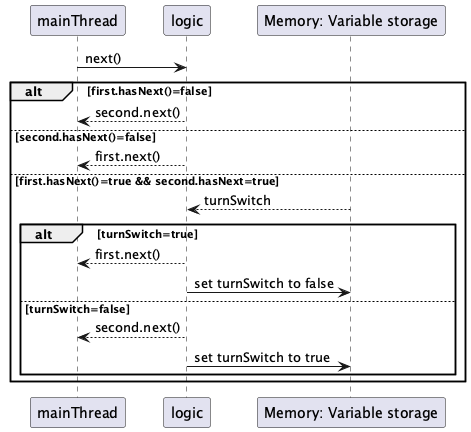
The PlantUML diagram assignments/theory/assignment_5/StringMergingIteratorSequenceDiagram.png in henrygraesberg/tdt4100, before a commit. Its diagram source:
```plantuml
@startuml StringMergingIteratorSequenceDiagram
participant mainThread
participant logic
participant memory as "Memory: Variable storage"

mainThread -> logic : next()

alt first.hasNext()=false
  logic --> mainThread : second.next()
else second.hasNext()=false
  logic --> mainThread : first.next()
else first.hasNext()=true && second.hasNext=true
  memory --> logic : turnSwitch
  alt turnSwitch=true
    logic --> mainThread : first.next()
    logic -> memory : set turnSwitch to false
  else turnSwitch=false
    logic --> mainThread : second.next()
    logic -> memory : set turnSwitch to true
  end
end
@enduml
```
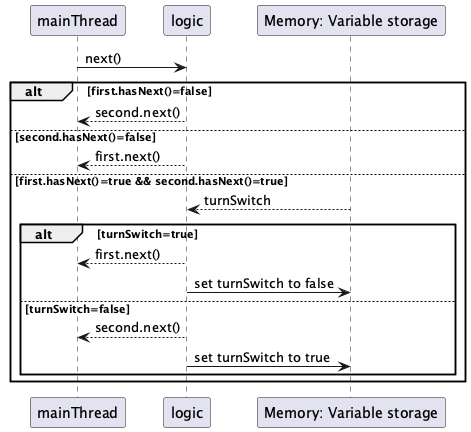
Above is the later version.

Commit message:
Make uml more readable

Change to the diagram source:
```diff
@@ -7,16 +7,22 @@
 
 alt first.hasNext()=false
   logic --> mainThread : second.next()
+
 else second.hasNext()=false
   logic --> mainThread : first.next()
-else first.hasNext()=true && second.hasNext=true
+
+else first.hasNext()=true && second.hasNext()=true
   memory --> logic : turnSwitch
+
   alt turnSwitch=true
     logic --> mainThread : first.next()
     logic -> memory : set turnSwitch to false
+
   else turnSwitch=false
     logic --> mainThread : second.next()
     logic -> memory : set turnSwitch to true
+
   end
+
 end
 @enduml
```
